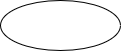
Above: dia1.png in elbriant/medidor-IMC (draw.io), before the change. Source tidied: cells renumbered, new cells last; positions are measured from the earlier drawing's top-left corner, leaving out a move shared by most shapes. Source of this version:
```xml
<mxGraphModel>
  <root>
    <mxCell id="0" />
    <mxCell id="1" parent="0" />
    <mxCell id="2" style="ellipse;whiteSpace=wrap;html=1;" parent="1" vertex="1">
      <mxGeometry width="120" height="50" as="geometry" />
    </mxCell>
  </root>
</mxGraphModel>
```
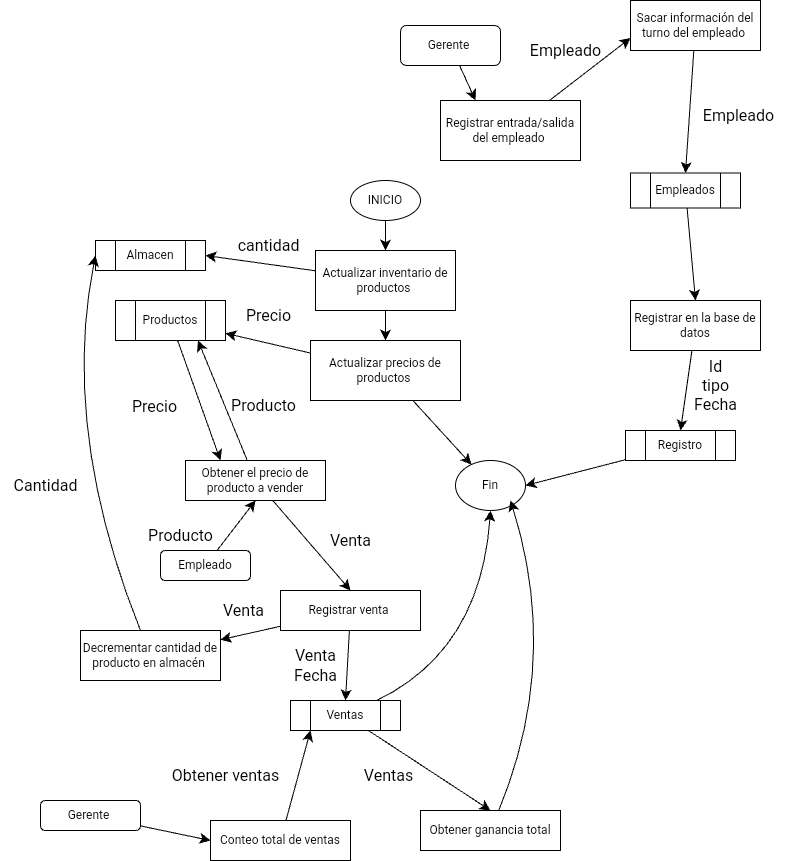
The same file after the commit.

Change to the diagram source:
```diff
@@ -2,8 +2,198 @@
   <root>
     <mxCell id="0" />
     <mxCell id="1" parent="0" />
+    <mxCell id="3" style="edgeStyle=none;curved=1;rounded=0;jettySize=auto;html=1;fontSize=12;startSize=8;endSize=8;entryX=0.75;entryY=1;entryDx=0;entryDy=0;" parent="1" edge="1" source="37" target="33">
+      <mxGeometry relative="1" as="geometry" />
+    </mxCell>
+    <mxCell id="4" style="edgeStyle=none;curved=1;rounded=0;jettySize=auto;html=1;entryX=0.5;entryY=0;entryDx=0;entryDy=0;fontSize=12;startSize=8;endSize=8;" parent="1" edge="1" source="2" target="7">
+      <mxGeometry relative="1" as="geometry" />
+    </mxCell>
-    <mxCell id="2" style="ellipse;whiteSpace=wrap;html=1;" parent="1" vertex="1">
-      <mxGeometry width="120" height="50" as="geometry" />
+    <mxCell id="2" value="INICIO" style="ellipse;whiteSpace=wrap;html=1;direction=south;" parent="1" vertex="1">
+      <mxGeometry width="70" height="40" as="geometry" />
     </mxCell>
+    <mxCell id="5" style="edgeStyle=none;curved=1;rounded=0;jettySize=auto;html=1;entryX=1;entryY=0.5;entryDx=0;entryDy=0;fontSize=12;startSize=8;endSize=8;" parent="1" edge="1" source="7" target="8">
+      <mxGeometry relative="1" as="geometry" />
+    </mxCell>
+    <mxCell id="6" style="edgeStyle=none;curved=1;rounded=0;jettySize=auto;html=1;fontSize=12;startSize=8;endSize=8;" parent="1" edge="1" source="7" target="11">
+      <mxGeometry relative="1" as="geometry" />
+    </mxCell>
+    <mxCell id="7" value="Actualizar inventario de productos&amp;nbsp;" style="shape=internalStorage;whiteSpace=wrap;html=1;backgroundOutline=1;dx=0;dy=0;" parent="1" vertex="1">
+      <mxGeometry x="-35" y="70" width="140" height="60" as="geometry" />
+    </mxCell>
+    <mxCell id="8" value="Almacen" style="shape=process;whiteSpace=wrap;html=1;backgroundOutline=1;size=0.18181818181818182;" parent="1" vertex="1">
+      <mxGeometry x="-255" y="60" width="110" height="30" as="geometry" />
+    </mxCell>
+    <mxCell id="9" style="edgeStyle=none;curved=1;rounded=0;jettySize=auto;html=1;fontSize=12;startSize=8;endSize=8;" parent="1" edge="1" source="33">
+      <mxGeometry relative="1" as="geometry">
+        <mxPoint x="-150" y="150" as="targetPoint" />
+      </mxGeometry>
+    </mxCell>
+    <mxCell id="10" style="edgeStyle=none;curved=1;rounded=0;jettySize=auto;html=1;fontSize=12;startSize=8;endSize=8;" parent="1" edge="1" source="11" target="12">
+      <mxGeometry relative="1" as="geometry" />
+    </mxCell>
+    <mxCell id="11" value="Actualizar precios de productos&amp;nbsp;" style="shape=internalStorage;whiteSpace=wrap;html=1;backgroundOutline=1;dx=0;dy=0;" parent="1" vertex="1">
+      <mxGeometry x="-40" y="160" width="150" height="60" as="geometry" />
+    </mxCell>
+    <mxCell id="12" value="Fin" style="ellipse;whiteSpace=wrap;html=1;direction=south;" parent="1" vertex="1">
+      <mxGeometry x="105" y="280" width="70" height="50" as="geometry" />
+    </mxCell>
+    <mxCell id="13" style="edgeStyle=none;curved=1;rounded=0;jettySize=auto;html=1;entryX=0.25;entryY=0;entryDx=0;entryDy=0;fontSize=12;startSize=8;endSize=8;" parent="1" edge="1" source="14" target="23">
+      <mxGeometry relative="1" as="geometry" />
+    </mxCell>
+    <mxCell id="14" value="Gerente&amp;nbsp;" style="rounded=1;whiteSpace=wrap;html=1;" parent="1" vertex="1">
+      <mxGeometry x="50" y="-155" width="100" height="40" as="geometry" />
+    </mxCell>
+    <mxCell id="15" style="edgeStyle=none;curved=1;rounded=0;jettySize=auto;html=1;fontSize=12;startSize=8;endSize=8;entryX=0.5;entryY=0;entryDx=0;entryDy=0;" parent="1" edge="1" source="16" target="39">
+      <mxGeometry relative="1" as="geometry" />
+    </mxCell>
+    <mxCell id="16" value="Empleados" style="shape=process;whiteSpace=wrap;html=1;backgroundOutline=1;size=0.18181818181818182;" parent="1" vertex="1">
+      <mxGeometry x="280" y="-7.5" width="110" height="35" as="geometry" />
+    </mxCell>
+    <mxCell id="17" style="edgeStyle=none;curved=1;rounded=0;jettySize=auto;html=1;entryX=1;entryY=0.5;entryDx=0;entryDy=0;fontSize=12;startSize=8;endSize=8;" parent="1" edge="1" source="19" target="12">
+      <mxGeometry relative="1" as="geometry">
+        <Array as="points">
+          <mxPoint x="130" y="470" />
+        </Array>
+      </mxGeometry>
+    </mxCell>
+    <mxCell id="18" style="edgeStyle=none;curved=1;rounded=0;jettySize=auto;html=1;fontSize=12;startSize=8;endSize=8;entryX=0.5;entryY=0;entryDx=0;entryDy=0;" parent="1" edge="1" source="19" target="45">
+      <mxGeometry relative="1" as="geometry" />
+    </mxCell>
+    <mxCell id="19" value="Ventas" style="shape=process;whiteSpace=wrap;html=1;backgroundOutline=1;size=0.18181818181818182;" parent="1" vertex="1">
+      <mxGeometry x="-60" y="520" width="110" height="30" as="geometry" />
+    </mxCell>
+    <mxCell id="20" style="edgeStyle=none;curved=1;rounded=0;jettySize=auto;html=1;fontSize=12;startSize=8;endSize=8;entryX=0.5;entryY=0;entryDx=0;entryDy=0;" parent="1" edge="1" source="21" target="12">
+      <mxGeometry relative="1" as="geometry" />
+    </mxCell>
+    <mxCell id="21" value="Registro" style="shape=process;whiteSpace=wrap;html=1;backgroundOutline=1;size=0.18181818181818182;" parent="1" vertex="1">
+      <mxGeometry x="275" y="250" width="110" height="30" as="geometry" />
+    </mxCell>
+    <mxCell id="22" style="edgeStyle=none;curved=1;rounded=0;jettySize=auto;html=1;entryX=0;entryY=0.75;entryDx=0;entryDy=0;fontSize=12;startSize=8;endSize=8;" parent="1" edge="1" source="23" target="27">
+      <mxGeometry relative="1" as="geometry" />
+    </mxCell>
+    <mxCell id="23" value="Registrar entrada/salida del empleado&amp;nbsp;" style="shape=internalStorage;whiteSpace=wrap;html=1;backgroundOutline=1;dx=0;dy=0;" parent="1" vertex="1">
+      <mxGeometry x="90" y="-80" width="140" height="60" as="geometry" />
+    </mxCell>
+    <mxCell id="24" style="edgeStyle=none;curved=1;rounded=0;jettySize=auto;html=1;entryX=0.5;entryY=1;entryDx=0;entryDy=0;fontSize=12;startSize=8;endSize=8;" parent="1" edge="1" source="25" target="37">
+      <mxGeometry relative="1" as="geometry" />
+    </mxCell>
+    <mxCell id="25" value="Empleado" style="rounded=1;whiteSpace=wrap;html=1;" parent="1" vertex="1">
+      <mxGeometry x="-190" y="370" width="90" height="30" as="geometry" />
+    </mxCell>
+    <mxCell id="26" style="edgeStyle=none;curved=1;rounded=0;jettySize=auto;html=1;entryX=0.5;entryY=0;entryDx=0;entryDy=0;fontSize=12;startSize=8;endSize=8;" parent="1" edge="1" source="27" target="16">
+      <mxGeometry relative="1" as="geometry" />
+    </mxCell>
+    <mxCell id="27" value="Sacar información del turno del empleado&amp;nbsp;" style="shape=internalStorage;whiteSpace=wrap;html=1;backgroundOutline=1;dx=0;dy=0;" parent="1" vertex="1">
+      <mxGeometry x="280" y="-180" width="130" height="50" as="geometry" />
+    </mxCell>
+    <mxCell id="28" style="edgeStyle=none;curved=1;rounded=0;jettySize=auto;html=1;fontSize=12;startSize=8;endSize=8;" parent="1" edge="1" source="30" target="35">
+      <mxGeometry relative="1" as="geometry" />
+    </mxCell>
+    <mxCell id="29" style="edgeStyle=none;curved=1;rounded=0;jettySize=auto;html=1;entryX=0.5;entryY=0;entryDx=0;entryDy=0;fontSize=12;startSize=8;endSize=8;" parent="1" edge="1" source="30" target="19">
+      <mxGeometry relative="1" as="geometry" />
+    </mxCell>
+    <mxCell id="30" value="Registrar venta&amp;nbsp;" style="shape=internalStorage;whiteSpace=wrap;html=1;backgroundOutline=1;dx=0;dy=0;" parent="1" vertex="1">
+      <mxGeometry x="-70" y="410" width="140" height="40" as="geometry" />
+    </mxCell>
+    <mxCell id="31" style="edgeStyle=none;curved=1;rounded=0;jettySize=auto;html=1;fontSize=12;startSize=8;endSize=8;" parent="1" edge="1" source="11" target="33">
+      <mxGeometry relative="1" as="geometry" />
+    </mxCell>
+    <mxCell id="32" style="edgeStyle=none;curved=1;rounded=0;jettySize=auto;html=1;fontSize=12;startSize=8;endSize=8;entryX=0.25;entryY=0;entryDx=0;entryDy=0;" parent="1" edge="1" source="33" target="37">
+      <mxGeometry relative="1" as="geometry" />
+    </mxCell>
+    <mxCell id="33" value="Productos" style="shape=process;whiteSpace=wrap;html=1;backgroundOutline=1;size=0.18181818181818182;" parent="1" vertex="1">
+      <mxGeometry x="-235" y="120" width="110" height="40" as="geometry" />
+    </mxCell>
+    <mxCell id="34" style="edgeStyle=none;curved=1;rounded=0;jettySize=auto;html=1;entryX=0;entryY=0.5;entryDx=0;entryDy=0;fontSize=12;startSize=8;endSize=8;" parent="1" edge="1" source="35" target="8">
+      <mxGeometry relative="1" as="geometry">
+        <Array as="points">
+          <mxPoint x="-290" y="250" />
+        </Array>
+      </mxGeometry>
+    </mxCell>
+    <mxCell id="35" value="Decrementar cantidad de producto en almacén&amp;nbsp;" style="shape=internalStorage;whiteSpace=wrap;html=1;backgroundOutline=1;dx=0;dy=0;" parent="1" vertex="1">
+      <mxGeometry x="-270" y="450" width="140" height="50" as="geometry" />
+    </mxCell>
+    <mxCell id="36" style="edgeStyle=none;curved=1;rounded=0;jettySize=auto;html=1;entryX=0.5;entryY=0;entryDx=0;entryDy=0;fontSize=12;startSize=8;endSize=8;" parent="1" edge="1" source="37" target="30">
+      <mxGeometry relative="1" as="geometry" />
+    </mxCell>
+    <mxCell id="37" value="Obtener el precio de producto a vender" style="shape=internalStorage;whiteSpace=wrap;html=1;backgroundOutline=1;dx=0;dy=0;" parent="1" vertex="1">
+      <mxGeometry x="-165" y="280" width="140" height="40" as="geometry" />
+    </mxCell>
+    <mxCell id="38" style="edgeStyle=none;curved=1;rounded=0;jettySize=auto;html=1;fontSize=12;startSize=8;endSize=8;" parent="1" edge="1" source="39">
+      <mxGeometry relative="1" as="geometry">
+        <mxPoint x="330" y="250" as="targetPoint" />
+      </mxGeometry>
+    </mxCell>
+    <mxCell id="39" value="Registrar en la base de datos" style="shape=internalStorage;whiteSpace=wrap;html=1;backgroundOutline=1;dx=0;dy=0;" parent="1" vertex="1">
+      <mxGeometry x="280" y="120" width="130" height="50" as="geometry" />
+    </mxCell>
+    <mxCell id="40" style="edgeStyle=none;curved=1;rounded=0;jettySize=auto;html=1;entryX=0;entryY=0.5;entryDx=0;entryDy=0;fontSize=12;startSize=8;endSize=8;" parent="1" edge="1" source="41" target="43">
+      <mxGeometry relative="1" as="geometry" />
+    </mxCell>
+    <mxCell id="41" value="Gerente&amp;nbsp;" style="rounded=1;whiteSpace=wrap;html=1;" parent="1" vertex="1">
+      <mxGeometry x="-310" y="620" width="100" height="30" as="geometry" />
+    </mxCell>
+    <mxCell id="42" style="edgeStyle=none;curved=1;rounded=0;jettySize=auto;html=1;fontSize=12;startSize=8;endSize=8;" parent="1" edge="1" source="43">
+      <mxGeometry relative="1" as="geometry">
+        <mxPoint x="-40" y="550" as="targetPoint" />
+      </mxGeometry>
+    </mxCell>
+    <mxCell id="43" value="Conteo total de ventas" style="shape=internalStorage;whiteSpace=wrap;html=1;backgroundOutline=1;dx=0;dy=0;" parent="1" vertex="1">
+      <mxGeometry x="-140" y="640" width="140" height="40" as="geometry" />
+    </mxCell>
+    <mxCell id="44" style="edgeStyle=none;curved=1;rounded=0;jettySize=auto;html=1;fontSize=12;startSize=8;endSize=8;" parent="1" edge="1" source="45">
+      <mxGeometry relative="1" as="geometry">
+        <mxPoint x="160" y="320" as="targetPoint" />
+        <Array as="points">
+          <mxPoint x="210" y="480" />
+        </Array>
+      </mxGeometry>
+    </mxCell>
+    <mxCell id="45" value="Obtener ganancia total" style="shape=internalStorage;whiteSpace=wrap;html=1;backgroundOutline=1;dx=0;dy=0;" parent="1" vertex="1">
+      <mxGeometry x="70" y="630" width="140" height="40" as="geometry" />
+    </mxCell>
+    <mxCell id="46" value="cantidad&amp;nbsp;" style="text;html=1;align=center;verticalAlign=middle;strokeColor=none;fillColor=none;fontSize=16;" parent="1" vertex="1">
+      <mxGeometry x="-125" y="50" width="90" height="30" as="geometry" />
+    </mxCell>
+    <mxCell id="47" value="Precio&amp;nbsp;" style="text;html=1;align=center;verticalAlign=middle;strokeColor=none;fillColor=none;fontSize=16;" parent="1" vertex="1">
+      <mxGeometry x="-115" y="120" width="70" height="30" as="geometry" />
+    </mxCell>
+    <mxCell id="48" value="Empleado" style="text;html=1;align=center;verticalAlign=middle;strokeColor=none;fillColor=none;fontSize=16;" parent="1" vertex="1">
+      <mxGeometry x="170" y="-145" width="90" height="30" as="geometry" />
+    </mxCell>
+    <mxCell id="49" value="Empleado&amp;nbsp;" style="text;html=1;align=center;verticalAlign=middle;strokeColor=none;fillColor=none;fontSize=16;" parent="1" vertex="1">
+      <mxGeometry x="340" y="-80" width="100" height="30" as="geometry" />
+    </mxCell>
+    <mxCell id="50" value="Id&lt;div&gt;tipo&lt;/div&gt;&lt;div&gt;Fecha&lt;/div&gt;" style="text;html=1;align=center;verticalAlign=middle;strokeColor=none;fillColor=none;fontSize=16;" parent="1" vertex="1">
+      <mxGeometry x="330" y="170" width="70" height="70" as="geometry" />
+    </mxCell>
+    <mxCell id="51" value="Producto" style="text;html=1;align=center;verticalAlign=middle;strokeColor=none;fillColor=none;fontSize=16;" parent="1" vertex="1">
+      <mxGeometry x="-215" y="340" width="90" height="30" as="geometry" />
+    </mxCell>
+    <mxCell id="52" value="Precio" style="text;html=1;align=center;verticalAlign=middle;strokeColor=none;fillColor=none;fontSize=16;" parent="1" vertex="1">
+      <mxGeometry x="-231" y="211" width="70" height="30" as="geometry" />
+    </mxCell>
+    <mxCell id="53" value="Producto&amp;nbsp;" style="text;html=1;align=center;verticalAlign=middle;strokeColor=none;fillColor=none;fontSize=16;" parent="1" vertex="1">
+      <mxGeometry x="-130" y="210" width="90" height="30" as="geometry" />
+    </mxCell>
+    <mxCell id="54" value="Venta" style="text;html=1;align=center;verticalAlign=middle;strokeColor=none;fillColor=none;fontSize=16;" parent="1" vertex="1">
+      <mxGeometry x="-30" y="345" width="60" height="30" as="geometry" />
+    </mxCell>
+    <mxCell id="55" value="Venta&lt;div&gt;Fecha&lt;/div&gt;" style="text;html=1;align=center;verticalAlign=middle;strokeColor=none;fillColor=none;fontSize=16;" parent="1" vertex="1">
+      <mxGeometry x="-70" y="460" width="70" height="50" as="geometry" />
+    </mxCell>
+    <mxCell id="56" value="Venta&amp;nbsp;" style="text;html=1;align=center;verticalAlign=middle;strokeColor=none;fillColor=none;fontSize=16;" parent="1" vertex="1">
+      <mxGeometry x="-140" y="415" width="70" height="30" as="geometry" />
+    </mxCell>
+    <mxCell id="57" value="Cantidad" style="text;html=1;align=center;verticalAlign=middle;strokeColor=none;fillColor=none;fontSize=16;" parent="1" vertex="1">
+      <mxGeometry x="-350" y="290" width="90" height="30" as="geometry" />
+    </mxCell>
+    <mxCell id="58" value="Obtener ventas" style="text;html=1;align=center;verticalAlign=middle;strokeColor=none;fillColor=none;fontSize=16;" parent="1" vertex="1">
+      <mxGeometry x="-190" y="580" width="130" height="30" as="geometry" />
+    </mxCell>
+    <mxCell id="59" value="Ventas&amp;nbsp;" style="text;html=1;align=center;verticalAlign=middle;strokeColor=none;fillColor=none;fontSize=16;" parent="1" vertex="1">
+      <mxGeometry y="580" width="80" height="30" as="geometry" />
+    </mxCell>
   </root>
 </mxGraphModel>
```
